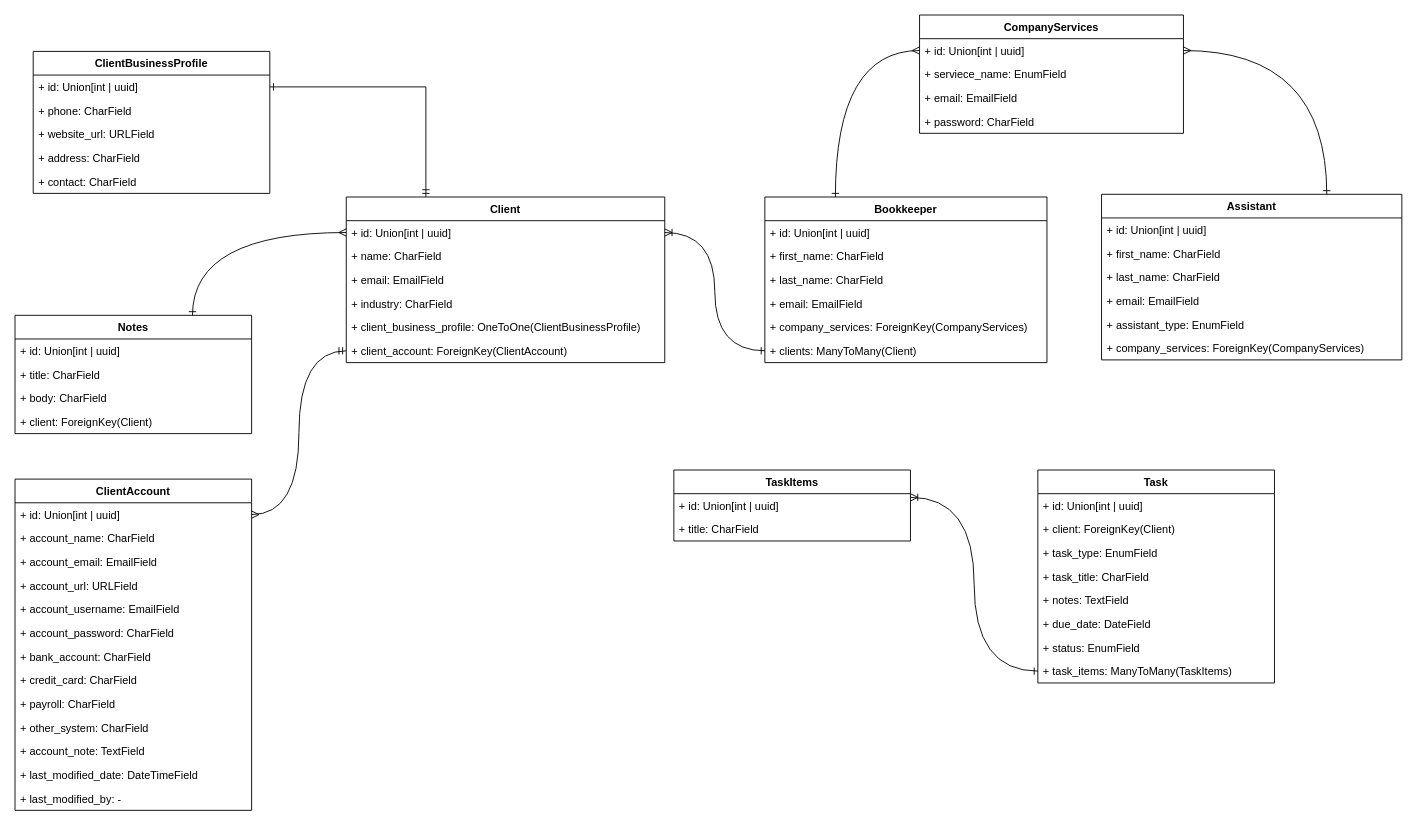
Before: docs/BookkeeperChecklistModels.drawio in ibm-luq95/bookkeeper-checklist, a draw.io diagram. Source tidied: cells renumbered, new cells numbered last; positions are measured from the earlier drawing's top-left corner, leaving out a move shared by most shapes. Both pictures are drawn from the tidied source at 91%, with x=0, y=0 at pixel (15, 15).
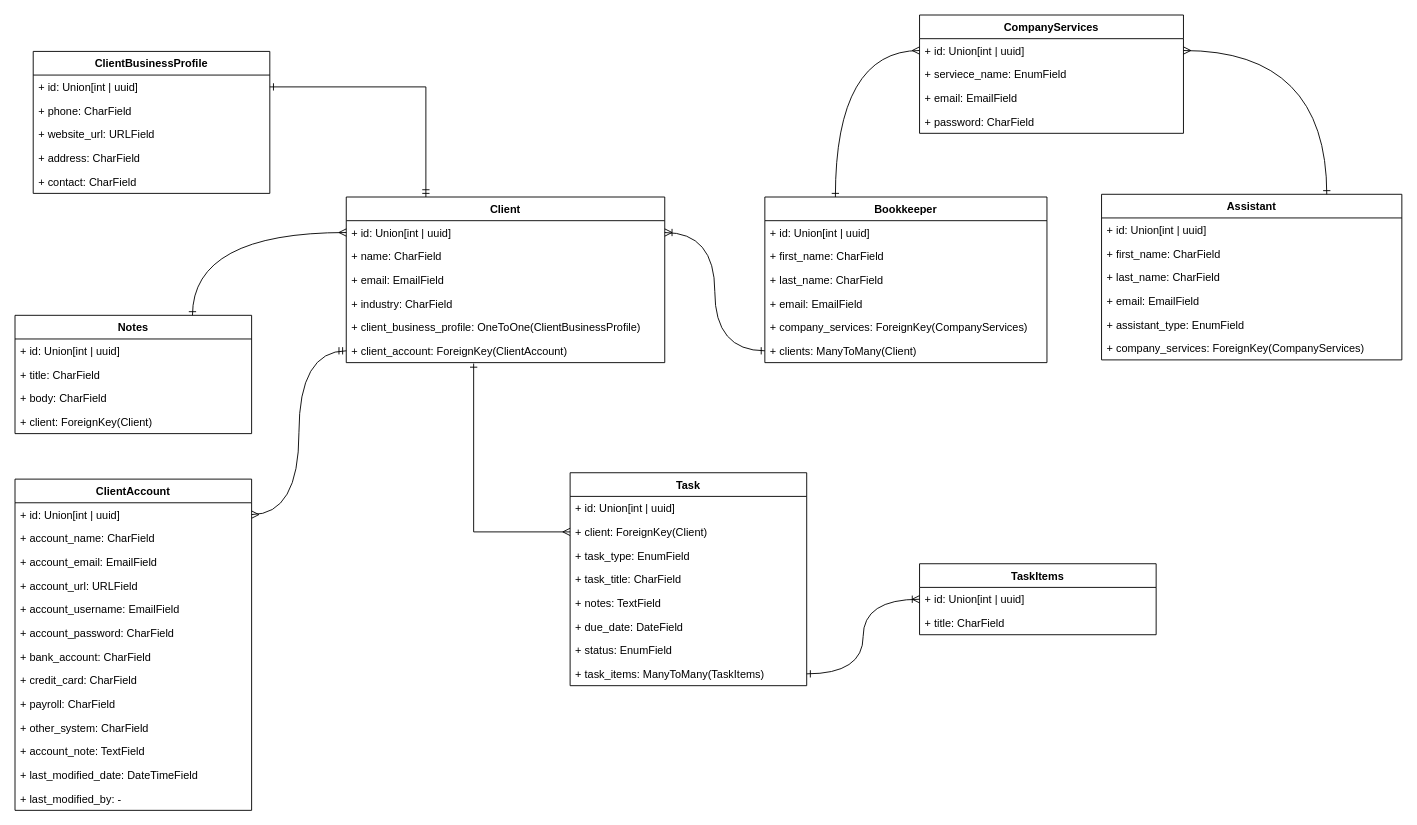
After the change.

Commit message (it also covers changes not shown here):
doc: fix the task with client

The change refers to these unchanged cells:
```xml
<mxCell id="14" value="+ client_account: ForeignKey(ClientAccount)" style="text;strokeColor=none;fillColor=none;align=left;verticalAlign=top;spacingLeft=4;spacingRight=4;overflow=hidden;points=[[0,0.5],[1,0.5]];portConstraint=eastwest;" parent="8" vertex="1">
  <mxGeometry y="156" width="350" height="26" as="geometry" />
</mxCell>
<mxCell id="52" value="+ client: ForeignKey(Client)" style="text;strokeColor=none;fillColor=none;align=left;verticalAlign=top;spacingLeft=4;spacingRight=4;overflow=hidden;points=[[0,0.5],[1,0.5]];portConstraint=eastwest;" parent="50" vertex="1">
  <mxGeometry y="52" width="260" height="26" as="geometry" />
</mxCell>
<mxCell id="58" value="+ task_items: ManyToMany(TaskItems)" style="text;strokeColor=none;fillColor=none;align=left;verticalAlign=top;spacingLeft=4;spacingRight=4;overflow=hidden;points=[[0,0.5],[1,0.5]];portConstraint=eastwest;" parent="50" vertex="1">
  <mxGeometry y="208" width="260" height="26" as="geometry" />
</mxCell>
<mxCell id="60" value="+ id: Union[int | uuid] " style="text;strokeColor=none;fillColor=none;align=left;verticalAlign=top;spacingLeft=4;spacingRight=4;overflow=hidden;points=[[0,0.5],[1,0.5]];portConstraint=eastwest;" parent="59" vertex="1">
  <mxGeometry y="26" width="260" height="26" as="geometry" />
</mxCell>
```

Change to the diagram source:
```diff
@@
     <mxCell id="50" value="Task" style="swimlane;fontStyle=1;horizontal=1;startSize=26;fillColor=none;" parent="1" vertex="1">
-      <mxGeometry x="1124" y="500" width="260" height="234" as="geometry" />
+      <mxGeometry x="610" y="503" width="260" height="234" as="geometry" />
     </mxCell>
@@
     <mxCell id="59" value="TaskItems" style="swimlane;fontStyle=1;horizontal=1;startSize=26;fillColor=none;" parent="1" vertex="1">
-      <mxGeometry x="724" y="500" width="260" height="78" as="geometry" />
+      <mxGeometry x="994" y="603" width="260" height="78" as="geometry" />
     </mxCell>
@@
-    <mxCell id="70" style="edgeStyle=orthogonalEdgeStyle;curved=1;rounded=0;jettySize=auto;html=1;exitX=0;exitY=0.5;exitDx=0;exitDy=0;entryX=1;entryY=0.154;entryDx=0;entryDy=0;entryPerimeter=0;startArrow=ERone;startFill=0;endArrow=ERoneToMany;endFill=0;" parent="1" edge="1" source="58" target="60">
+    <mxCell id="70" style="edgeStyle=orthogonalEdgeStyle;curved=1;rounded=0;jettySize=auto;html=1;entryX=0;entryY=0.5;entryDx=0;entryDy=0;startArrow=ERone;startFill=0;endArrow=ERoneToMany;endFill=0;" parent="1" edge="1" source="58" target="60">
       <mxGeometry relative="1" as="geometry" />
     </mxCell>
@@
+    <mxCell id="72" style="edgeStyle=orthogonalEdgeStyle;rounded=0;jettySize=auto;html=1;exitX=0;exitY=0.5;exitDx=0;exitDy=0;entryX=0.4;entryY=1.038;entryDx=0;entryDy=0;entryPerimeter=0;startArrow=ERmany;startFill=0;endArrow=ERone;endFill=0;" parent="1" edge="1" source="52" target="14">
+      <mxGeometry relative="1" as="geometry" />
+    </mxCell>
```
